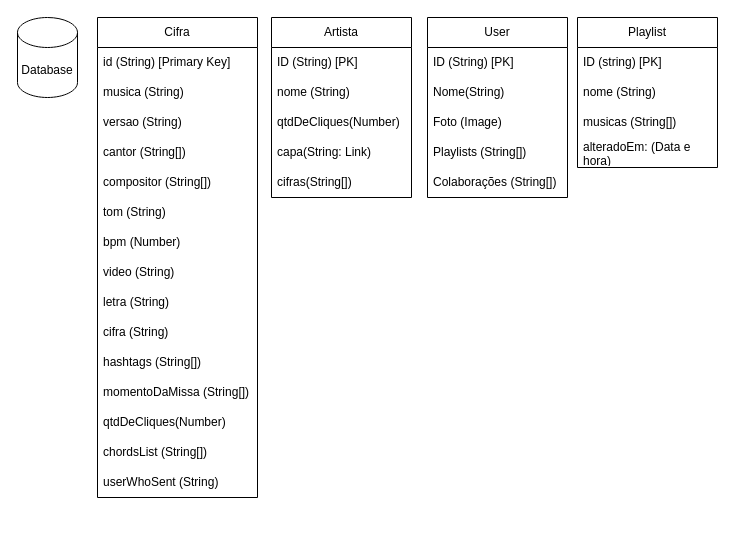
The draw.io diagram frontend/MissaCifras.drawio in mauriciomira1/MissaCifras, before the edit. Source tidied: cells renumbered, new cells numbered last; positions are measured from the earlier drawing's top-left corner, leaving out a move shared by most shapes. Both pictures are drawn from the tidied source at 100%, with x=0, y=0 at pixel (17, 17).
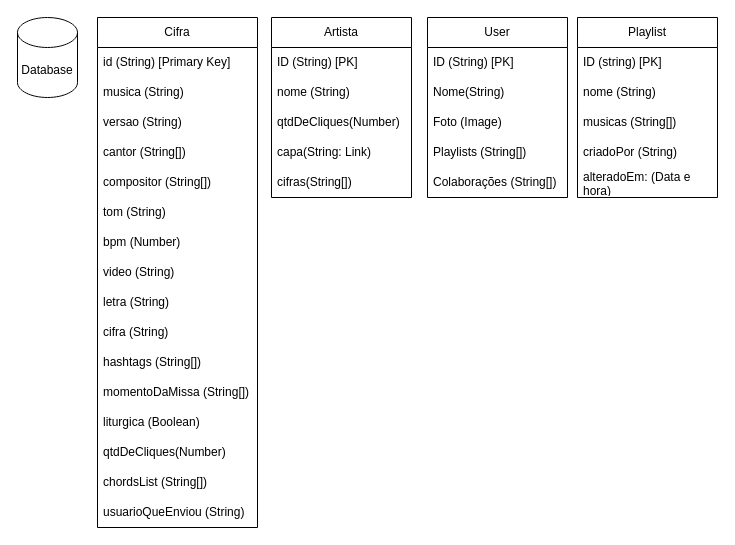
Above is the later version.

Change to the diagram source:
```diff
@@
     <mxCell id="2" value="Cifra" style="swimlane;fontStyle=0;horizontal=1;startSize=30;whiteSpace=wrap;html=1;" parent="1" vertex="1">
-      <mxGeometry x="80" width="160" height="480" as="geometry" />
+      <mxGeometry x="80" width="160" height="510" as="geometry" />
     </mxCell>
@@
+    <mxCell id="36" value="liturgica (Boolean)" style="text;strokeColor=none;fillColor=none;align=left;verticalAlign=middle;spacingLeft=4;spacingRight=4;overflow=hidden;whiteSpace=wrap;html=1;" parent="2" vertex="1">
+      <mxGeometry y="390" width="160" height="30" as="geometry" />
+    </mxCell>
     <mxCell id="15" value="qtdDeCliques(Number)" style="text;strokeColor=none;fillColor=none;align=left;verticalAlign=middle;spacingLeft=4;spacingRight=4;overflow=hidden;whiteSpace=wrap;html=1;" parent="2" vertex="1">
-      <mxGeometry y="390" width="160" height="30" as="geometry" />
+      <mxGeometry y="420" width="160" height="30" as="geometry" />
     </mxCell>
     <mxCell id="16" value="chordsList (String[])" style="text;strokeColor=none;fillColor=none;align=left;verticalAlign=middle;spacingLeft=4;spacingRight=4;overflow=hidden;whiteSpace=wrap;html=1;" parent="2" vertex="1">
-      <mxGeometry y="420" width="160" height="30" as="geometry" />
+      <mxGeometry y="450" width="160" height="30" as="geometry" />
     </mxCell>
-    <mxCell id="17" value="userWhoSent (String)" style="text;strokeColor=none;fillColor=none;align=left;verticalAlign=middle;spacingLeft=4;spacingRight=4;overflow=hidden;whiteSpace=wrap;html=1;" parent="2" vertex="1">
-      <mxGeometry y="450" width="160" height="30" as="geometry" />
+    <mxCell id="17" value="usuarioQueEnviou (String)" style="text;strokeColor=none;fillColor=none;align=left;verticalAlign=middle;spacingLeft=4;spacingRight=4;overflow=hidden;whiteSpace=wrap;html=1;" parent="2" vertex="1">
+      <mxGeometry y="480" width="160" height="30" as="geometry" />
     </mxCell>
@@
     <mxCell id="31" value="Playlist" style="swimlane;fontStyle=0;horizontal=1;startSize=30;whiteSpace=wrap;html=1;" parent="1" vertex="1">
-      <mxGeometry x="560" width="140" height="150" as="geometry" />
+      <mxGeometry x="560" width="140" height="180" as="geometry" />
     </mxCell>
@@
+    <mxCell id="37" value="criadoPor (String)" style="text;strokeColor=none;fillColor=none;align=left;verticalAlign=middle;spacingLeft=4;spacingRight=4;overflow=hidden;whiteSpace=wrap;html=1;" parent="31" vertex="1">
+      <mxGeometry y="120" width="140" height="30" as="geometry" />
+    </mxCell>
     <mxCell id="35" value="alteradoEm: (Data e hora)" style="text;strokeColor=none;fillColor=none;align=left;verticalAlign=middle;spacingLeft=4;spacingRight=4;overflow=hidden;whiteSpace=wrap;html=1;" parent="31" vertex="1">
-      <mxGeometry y="120" width="140" height="30" as="geometry" />
+      <mxGeometry y="150" width="140" height="30" as="geometry" />
     </mxCell>
```
